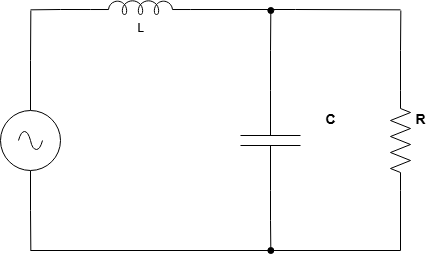
GustaCR/Filtros keeps this draw.io diagram as lowpass_filter.png. Above is the earlier version. Source tidied: cells renumbered, new cells last; positions are measured from the earlier drawing's top-left corner, leaving out a move shared by most shapes. Its diagram source:
```xml
<mxGraphModel>
  <root>
    <mxCell id="0" />
    <mxCell id="1" parent="0" />
    <mxCell id="2" style="edgeStyle=orthogonalEdgeStyle;rounded=0;jettySize=auto;html=1;exitX=0;exitY=0.5;exitDx=0;exitDy=0;exitPerimeter=0;endArrow=none;endFill=0;" parent="1" edge="1" source="4">
      <mxGeometry relative="1" as="geometry">
        <mxPoint x="400.3" y="10" as="targetPoint" />
      </mxGeometry>
    </mxCell>
    <mxCell id="3" style="edgeStyle=orthogonalEdgeStyle;rounded=0;jettySize=auto;html=1;exitX=1;exitY=0.5;exitDx=0;exitDy=0;exitPerimeter=0;endArrow=none;endFill=0;" parent="1" edge="1" source="4">
      <mxGeometry relative="1" as="geometry">
        <mxPoint x="400" y="250" as="targetPoint" />
      </mxGeometry>
    </mxCell>
    <mxCell id="4" value="&lt;h3&gt;R&lt;/h3&gt;" style="verticalLabelPosition=bottom;shadow=0;dashed=0;align=center;html=1;verticalAlign=top;shape=mxgraph.electrical.resistors.resistor_2;rotation=90;horizontal=0;labelPosition=center;" parent="1" vertex="1">
      <mxGeometry x="350" y="130" width="100" height="20" as="geometry" />
    </mxCell>
    <mxCell id="5" style="edgeStyle=orthogonalEdgeStyle;rounded=0;jettySize=auto;html=1;exitX=0;exitY=0.5;exitDx=0;exitDy=0;exitPerimeter=0;endArrow=oval;endFill=1;" parent="1" edge="1" source="7">
      <mxGeometry relative="1" as="geometry">
        <mxPoint x="270.3" y="10" as="targetPoint" />
      </mxGeometry>
    </mxCell>
    <mxCell id="6" style="edgeStyle=orthogonalEdgeStyle;rounded=0;jettySize=auto;html=1;exitX=1;exitY=0.5;exitDx=0;exitDy=0;exitPerimeter=0;endArrow=oval;endFill=1;" parent="1" edge="1" source="7">
      <mxGeometry relative="1" as="geometry">
        <mxPoint x="270.3" y="250" as="targetPoint" />
      </mxGeometry>
    </mxCell>
    <mxCell id="7" value="&lt;h3&gt;C&lt;/h3&gt;" style="verticalLabelPosition=bottom;shadow=0;dashed=0;align=center;html=1;verticalAlign=top;shape=mxgraph.electrical.capacitors.capacitor_1;rotation=90;horizontal=0;" parent="1" vertex="1">
      <mxGeometry x="220" y="110" width="100" height="60" as="geometry" />
    </mxCell>
    <mxCell id="8" style="edgeStyle=orthogonalEdgeStyle;rounded=0;jettySize=auto;html=1;exitX=1;exitY=0.6446;exitDx=0;exitDy=0;exitPerimeter=0;endArrow=none;endFill=0;" parent="1" edge="1" source="10">
      <mxGeometry relative="1" as="geometry">
        <mxPoint x="400" y="9.3" as="targetPoint" />
      </mxGeometry>
    </mxCell>
    <mxCell id="9" style="edgeStyle=orthogonalEdgeStyle;rounded=0;jettySize=auto;html=1;exitX=0;exitY=0.6446;exitDx=0;exitDy=0;exitPerimeter=0;endArrow=none;endFill=0;" parent="1" edge="1" source="10">
      <mxGeometry relative="1" as="geometry">
        <mxPoint x="30" y="9.3" as="targetPoint" />
      </mxGeometry>
    </mxCell>
    <mxCell id="10" value="L" style="verticalLabelPosition=bottom;shadow=0;dashed=0;align=center;html=1;verticalAlign=top;shape=mxgraph.electrical.inductors.inductor_5;" parent="1" vertex="1">
      <mxGeometry x="90" width="100" height="14" as="geometry" />
    </mxCell>
    <mxCell id="11" style="edgeStyle=orthogonalEdgeStyle;rounded=0;jettySize=auto;html=1;exitX=0.5;exitY=1;exitDx=0;exitDy=0;exitPerimeter=0;endArrow=none;endFill=0;" parent="1" edge="1" source="13">
      <mxGeometry relative="1" as="geometry">
        <mxPoint x="30.3" y="250" as="targetPoint" />
      </mxGeometry>
    </mxCell>
    <mxCell id="12" style="edgeStyle=orthogonalEdgeStyle;rounded=0;jettySize=auto;html=1;exitX=0.5;exitY=0;exitDx=0;exitDy=0;exitPerimeter=0;endArrow=none;endFill=0;" parent="1" edge="1" source="13">
      <mxGeometry relative="1" as="geometry">
        <mxPoint x="30.3" y="10" as="targetPoint" />
      </mxGeometry>
    </mxCell>
    <mxCell id="13" style="verticalLabelPosition=bottom;shadow=0;dashed=0;align=center;html=1;verticalAlign=top;shape=mxgraph.electrical.signal_sources.source;points=[[0.5,0,0],[1,0.5,0],[0.5,1,0],[0,0.5,0]];elSignalType=ac;" parent="1" vertex="1">
      <mxGeometry y="110" width="60" height="60" as="geometry" />
    </mxCell>
    <mxCell id="14" style="endArrow=none;html=1;rounded=0;" parent="1" edge="1">
      <mxGeometry relative="1" as="geometry">
        <mxPoint x="30" y="250" as="sourcePoint" />
        <mxPoint x="400" y="250" as="targetPoint" />
      </mxGeometry>
    </mxCell>
  </root>
</mxGraphModel>
```
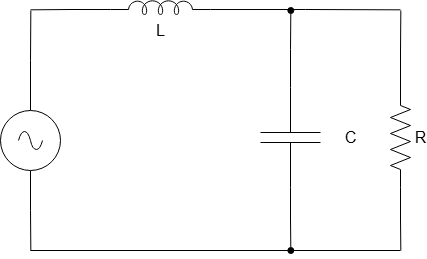
After the change.

The edit, as a diff of the source:
```diff
@@ -2,45 +2,12 @@
   <root>
     <mxCell id="0" />
     <mxCell id="1" parent="0" />
-    <mxCell id="2" style="edgeStyle=orthogonalEdgeStyle;rounded=0;jettySize=auto;html=1;exitX=0;exitY=0.5;exitDx=0;exitDy=0;exitPerimeter=0;endArrow=none;endFill=0;" parent="1" edge="1" source="4">
+    <mxCell id="2" style="edgeStyle=orthogonalEdgeStyle;rounded=0;orthogonalLoop=1;jettySize=auto;html=1;exitX=0;exitY=0.5;exitDx=0;exitDy=0;exitPerimeter=0;endArrow=none;endFill=0;" parent="1" edge="1">
       <mxGeometry relative="1" as="geometry">
+        <mxPoint x="400" y="90" as="sourcePoint" />
         <mxPoint x="400.3" y="10" as="targetPoint" />
       </mxGeometry>
     </mxCell>
-    <mxCell id="3" style="edgeStyle=orthogonalEdgeStyle;rounded=0;jettySize=auto;html=1;exitX=1;exitY=0.5;exitDx=0;exitDy=0;exitPerimeter=0;endArrow=none;endFill=0;" parent="1" edge="1" source="4">
-      <mxGeometry relative="1" as="geometry">
-        <mxPoint x="400" y="250" as="targetPoint" />
-      </mxGeometry>
-    </mxCell>
-    <mxCell id="4" value="&lt;h3&gt;R&lt;/h3&gt;" style="verticalLabelPosition=bottom;shadow=0;dashed=0;align=center;html=1;verticalAlign=top;shape=mxgraph.electrical.resistors.resistor_2;rotation=90;horizontal=0;labelPosition=center;" parent="1" vertex="1">
-      <mxGeometry x="350" y="130" width="100" height="20" as="geometry" />
-    </mxCell>
-    <mxCell id="5" style="edgeStyle=orthogonalEdgeStyle;rounded=0;jettySize=auto;html=1;exitX=0;exitY=0.5;exitDx=0;exitDy=0;exitPerimeter=0;endArrow=oval;endFill=1;" parent="1" edge="1" source="7">
-      <mxGeometry relative="1" as="geometry">
-        <mxPoint x="270.3" y="10" as="targetPoint" />
-      </mxGeometry>
-    </mxCell>
-    <mxCell id="6" style="edgeStyle=orthogonalEdgeStyle;rounded=0;jettySize=auto;html=1;exitX=1;exitY=0.5;exitDx=0;exitDy=0;exitPerimeter=0;endArrow=oval;endFill=1;" parent="1" edge="1" source="7">
-      <mxGeometry relative="1" as="geometry">
-        <mxPoint x="270.3" y="250" as="targetPoint" />
-      </mxGeometry>
-    </mxCell>
-    <mxCell id="7" value="&lt;h3&gt;C&lt;/h3&gt;" style="verticalLabelPosition=bottom;shadow=0;dashed=0;align=center;html=1;verticalAlign=top;shape=mxgraph.electrical.capacitors.capacitor_1;rotation=90;horizontal=0;" parent="1" vertex="1">
-      <mxGeometry x="220" y="110" width="100" height="60" as="geometry" />
-    </mxCell>
-    <mxCell id="8" style="edgeStyle=orthogonalEdgeStyle;rounded=0;jettySize=auto;html=1;exitX=1;exitY=0.6446;exitDx=0;exitDy=0;exitPerimeter=0;endArrow=none;endFill=0;" parent="1" edge="1" source="10">
-      <mxGeometry relative="1" as="geometry">
-        <mxPoint x="400" y="9.3" as="targetPoint" />
-      </mxGeometry>
-    </mxCell>
-    <mxCell id="9" style="edgeStyle=orthogonalEdgeStyle;rounded=0;jettySize=auto;html=1;exitX=0;exitY=0.6446;exitDx=0;exitDy=0;exitPerimeter=0;endArrow=none;endFill=0;" parent="1" edge="1" source="10">
-      <mxGeometry relative="1" as="geometry">
-        <mxPoint x="30" y="9.3" as="targetPoint" />
-      </mxGeometry>
-    </mxCell>
-    <mxCell id="10" value="L" style="verticalLabelPosition=bottom;shadow=0;dashed=0;align=center;html=1;verticalAlign=top;shape=mxgraph.electrical.inductors.inductor_5;" parent="1" vertex="1">
-      <mxGeometry x="90" width="100" height="14" as="geometry" />
-    </mxCell>
     <mxCell id="11" style="edgeStyle=orthogonalEdgeStyle;rounded=0;jettySize=auto;html=1;exitX=0.5;exitY=1;exitDx=0;exitDy=0;exitPerimeter=0;endArrow=none;endFill=0;" parent="1" edge="1" source="13">
       <mxGeometry relative="1" as="geometry">
         <mxPoint x="30.3" y="250" as="targetPoint" />
@@ -60,5 +27,39 @@
         <mxPoint x="400" y="250" as="targetPoint" />
       </mxGeometry>
     </mxCell>
+    <mxCell id="15" style="edgeStyle=orthogonalEdgeStyle;rounded=0;jettySize=auto;html=1;exitX=1;exitY=0.5;exitDx=0;exitDy=0;exitPerimeter=0;endArrow=none;endFill=0;" parent="1" edge="1" source="4">
+      <mxGeometry relative="1" as="geometry">
+        <mxPoint x="400.3" y="250" as="targetPoint" />
+      </mxGeometry>
+    </mxCell>
+    <mxCell id="4" value="R" style="verticalLabelPosition=bottom;shadow=0;dashed=0;align=center;html=1;verticalAlign=middle;shape=mxgraph.electrical.resistors.resistor_2;rotation=90;horizontal=0;fontStyle=0;fontSize=16;" parent="1" vertex="1">
+      <mxGeometry x="350" y="127" width="100" height="20" as="geometry" />
+    </mxCell>
+    <mxCell id="16" style="edgeStyle=orthogonalEdgeStyle;rounded=0;jettySize=auto;html=1;exitX=1;exitY=0.5;exitDx=0;exitDy=0;exitPerimeter=0;endArrow=oval;endFill=1;" parent="1" edge="1" source="7">
+      <mxGeometry relative="1" as="geometry">
+        <mxPoint x="290.3" y="250" as="targetPoint" />
+      </mxGeometry>
+    </mxCell>
+    <mxCell id="17" style="edgeStyle=orthogonalEdgeStyle;rounded=0;jettySize=auto;html=1;exitX=0;exitY=0.5;exitDx=0;exitDy=0;exitPerimeter=0;endArrow=oval;endFill=1;" parent="1" edge="1" source="7">
+      <mxGeometry relative="1" as="geometry">
+        <mxPoint x="290.3" y="10" as="targetPoint" />
+      </mxGeometry>
+    </mxCell>
+    <mxCell id="7" value="C" style="verticalLabelPosition=bottom;shadow=0;dashed=0;align=center;html=1;verticalAlign=middle;shape=mxgraph.electrical.capacitors.capacitor_1;rotation=90;horizontal=0;fontSize=16;" parent="1" vertex="1">
+      <mxGeometry x="240" y="107" width="100" height="60" as="geometry" />
+    </mxCell>
+    <mxCell id="18" style="edgeStyle=orthogonalEdgeStyle;rounded=0;jettySize=auto;html=1;exitX=1;exitY=0.6446;exitDx=0;exitDy=0;exitPerimeter=0;endArrow=none;endFill=0;" parent="1" edge="1" source="10">
+      <mxGeometry relative="1" as="geometry">
+        <mxPoint x="400" y="9.3" as="targetPoint" />
+      </mxGeometry>
+    </mxCell>
+    <mxCell id="19" style="edgeStyle=orthogonalEdgeStyle;rounded=0;jettySize=auto;html=1;exitX=0;exitY=0.6446;exitDx=0;exitDy=0;exitPerimeter=0;endArrow=none;endFill=0;" parent="1" edge="1" source="10">
+      <mxGeometry relative="1" as="geometry">
+        <mxPoint x="30" y="9.3" as="targetPoint" />
+      </mxGeometry>
+    </mxCell>
+    <mxCell id="10" value="L" style="verticalLabelPosition=bottom;shadow=0;dashed=0;align=center;html=1;verticalAlign=top;shape=mxgraph.electrical.inductors.inductor_5;fontSize=16;" parent="1" vertex="1">
+      <mxGeometry x="110" width="100" height="14" as="geometry" />
+    </mxCell>
   </root>
 </mxGraphModel>
```
